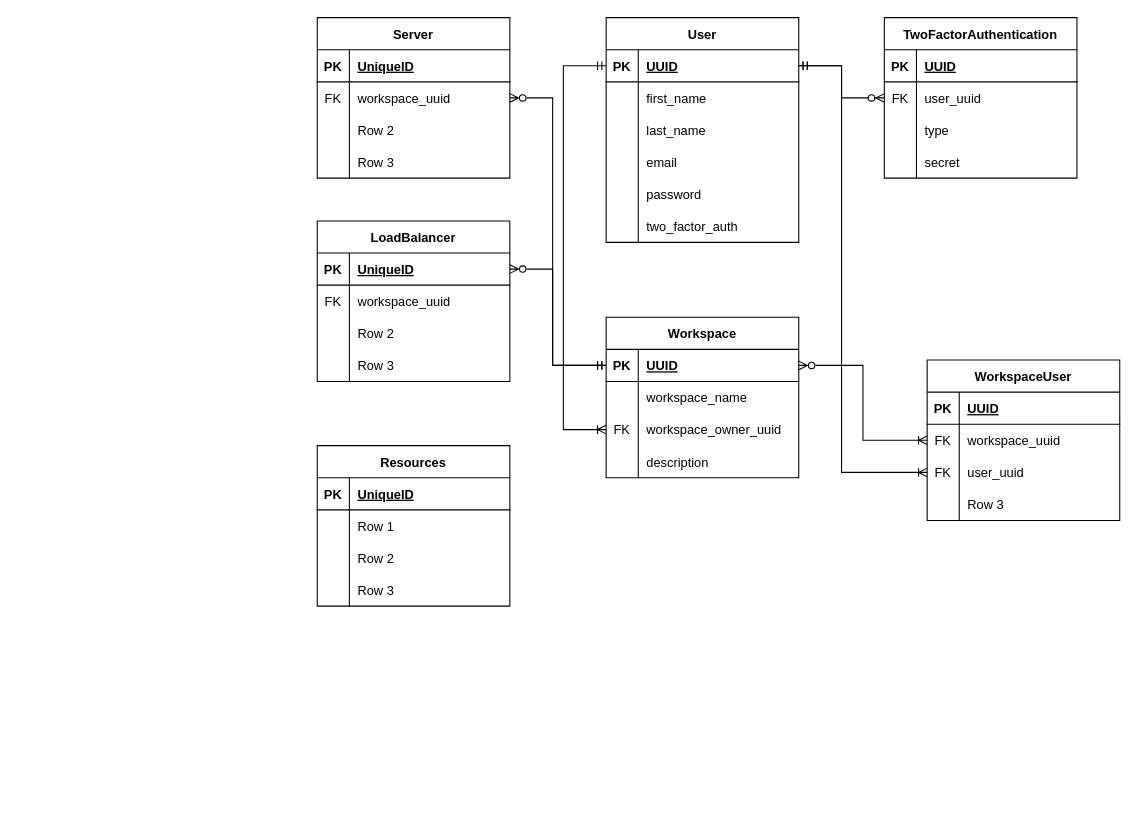
Before: Untitled Diagram.drawio in ReRunCloud/reruncloud-dashboard, a draw.io diagram. Source tidied: cells renumbered, new cells numbered last; positions are measured from the earlier drawing's top-left corner, leaving out a move shared by most shapes. Both pictures are drawn from the tidied source at 107%, with x=0, y=0 at pixel (317, 17).
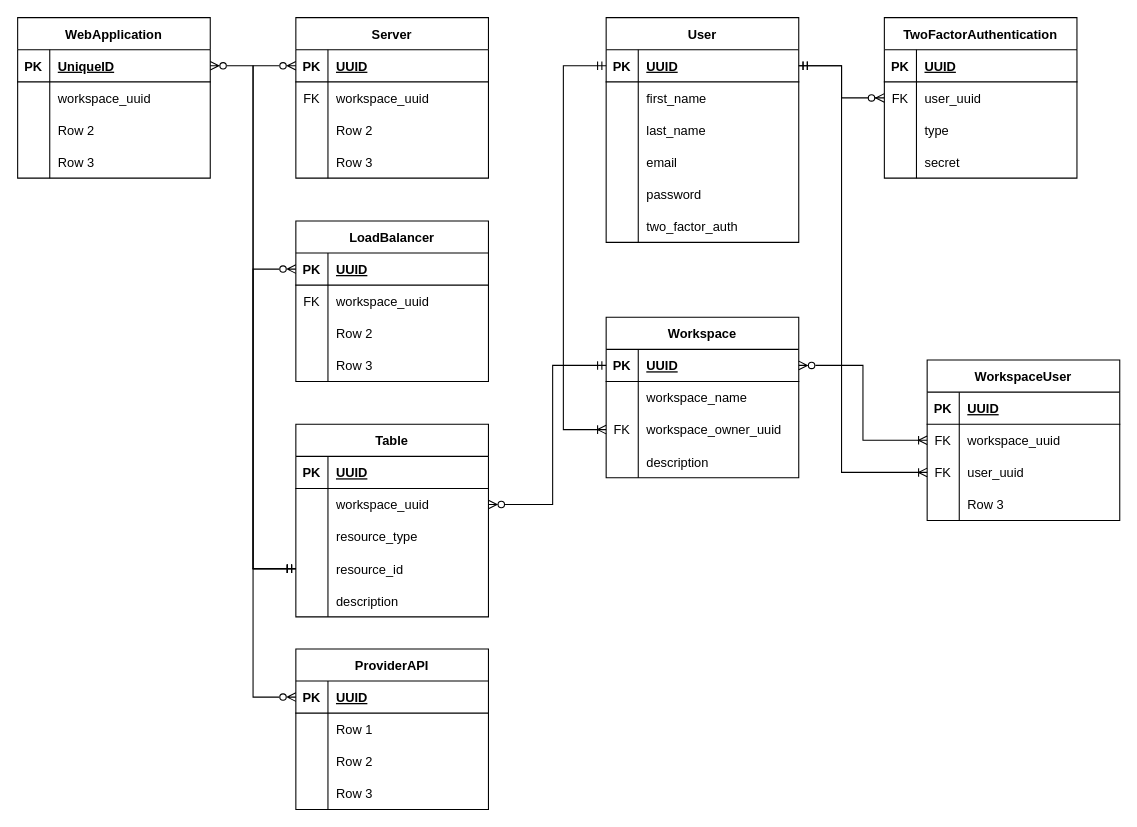
After the change.

The change refers to these unchanged cells:
```xml
<mxCell id="35" style="shape=tableRow;horizontal=0;startSize=0;swimlaneHead=0;swimlaneBody=0;fillColor=none;points=[[0,0.5],[1,0.5]];portConstraint=eastwest;top=0;left=0;right=0;bottom=1;" parent="34" vertex="1">
  <mxGeometry y="30" width="180" height="30" as="geometry" />
</mxCell>
<mxCell id="50" style="shape=tableRow;horizontal=0;startSize=0;swimlaneHead=0;swimlaneBody=0;fillColor=none;points=[[0,0.5],[1,0.5]];portConstraint=eastwest;top=0;left=0;right=0;bottom=1;" parent="49" vertex="1">
  <mxGeometry y="30" width="180" height="30" as="geometry" />
</mxCell>
<mxCell id="53" style="shape=tableRow;horizontal=0;startSize=0;swimlaneHead=0;swimlaneBody=0;fillColor=none;points=[[0,0.5],[1,0.5]];portConstraint=eastwest;top=0;left=0;right=0;bottom=0;" parent="49" vertex="1">
  <mxGeometry y="60" width="180" height="30" as="geometry" />
</mxCell>
<mxCell id="63" style="shape=tableRow;horizontal=0;startSize=0;swimlaneHead=0;swimlaneBody=0;fillColor=none;points=[[0,0.5],[1,0.5]];portConstraint=eastwest;top=0;left=0;right=0;bottom=1;" parent="62" vertex="1">
  <mxGeometry y="30" width="180" height="30" as="geometry" />
</mxCell>
```

Change to the diagram source:
```diff
@@
     <mxCell id="49" value="Server" style="shape=table;startSize=30;childLayout=tableLayout;rowLines=0;fontStyle=1;align=center;" parent="1" vertex="1">
-      <mxGeometry width="180" height="150" as="geometry" />
+      <mxGeometry x="-20" width="180" height="150" as="geometry" />
     </mxCell>
@@
-    <mxCell id="52" value="UniqueID" style="shape=partialRectangle;fillColor=none;top=0;left=0;bottom=0;right=0;align=left;spacingLeft=6;fontStyle=5;overflow=hidden;" parent="50" vertex="1">
+    <mxCell id="52" value="UUID" style="shape=partialRectangle;fillColor=none;top=0;left=0;bottom=0;right=0;align=left;spacingLeft=6;fontStyle=5;overflow=hidden;" parent="50" vertex="1">
       <mxGeometry x="30" width="150" height="30" as="geometry" />
     </mxCell>
@@
     <mxCell id="62" value="LoadBalancer" style="shape=table;startSize=30;childLayout=tableLayout;rowLines=0;fontStyle=1;align=center;" parent="1" vertex="1">
-      <mxGeometry y="190" width="180" height="150" as="geometry" />
+      <mxGeometry x="-20" y="190" width="180" height="150" as="geometry" />
     </mxCell>
@@
-    <mxCell id="65" value="UniqueID" style="shape=partialRectangle;fillColor=none;top=0;left=0;bottom=0;right=0;align=left;spacingLeft=6;fontStyle=5;overflow=hidden;" parent="63" vertex="1">
+    <mxCell id="65" value="UUID" style="shape=partialRectangle;fillColor=none;top=0;left=0;bottom=0;right=0;align=left;spacingLeft=6;fontStyle=5;overflow=hidden;" parent="63" vertex="1">
       <mxGeometry x="30" width="150" height="30" as="geometry" />
     </mxCell>
@@
-    <mxCell id="90" style="edgeStyle=orthogonalEdgeStyle;rounded=0;jettySize=auto;html=1;exitX=1;exitY=0.5;exitDx=0;exitDy=0;entryX=0;entryY=0.5;entryDx=0;entryDy=0;startArrow=ERzeroToMany;startFill=0;endArrow=ERmandOne;endFill=0;" parent="1" edge="1" source="53" target="35">
-      <mxGeometry relative="1" as="geometry">
-        <Array as="points">
-          <mxPoint x="220" y="75" />
-          <mxPoint x="220" y="325" />
-        </Array>
-      </mxGeometry>
-    </mxCell>
-    <mxCell id="91" style="edgeStyle=orthogonalEdgeStyle;rounded=0;jettySize=auto;html=1;exitX=1;exitY=0.5;exitDx=0;exitDy=0;entryX=0;entryY=0.5;entryDx=0;entryDy=0;startArrow=ERzeroToMany;startFill=0;endArrow=ERmandOne;endFill=0;" parent="1" edge="1" source="63" target="35">
-      <mxGeometry relative="1" as="geometry">
-        <Array as="points">
-          <mxPoint x="220" y="235" />
-          <mxPoint x="220" y="325" />
-        </Array>
-      </mxGeometry>
-    </mxCell>
-    <mxCell id="92" value="Resources" style="shape=table;startSize=30;childLayout=tableLayout;rowLines=0;fontStyle=1;align=center;" parent="1" vertex="1">
-      <mxGeometry y="400" width="180" height="150" as="geometry" />
-    </mxCell>
-    <mxCell id="93" style="shape=tableRow;horizontal=0;startSize=0;swimlaneHead=0;swimlaneBody=0;fillColor=none;top=0;left=0;right=0;bottom=1;" parent="92" vertex="1">
-      <mxGeometry y="30" width="180" height="30" as="geometry" />
-    </mxCell>
-    <mxCell id="94" value="PK" style="shape=partialRectangle;fillColor=none;top=0;left=0;bottom=0;right=0;fontStyle=1;overflow=hidden;" parent="93" vertex="1">
-      <mxGeometry width="30" height="30" as="geometry" />
-    </mxCell>
+    <mxCell id="105" style="edgeStyle=orthogonalEdgeStyle;rounded=0;jettySize=auto;html=1;exitX=1;exitY=0.5;exitDx=0;exitDy=0;entryX=0;entryY=0.5;entryDx=0;entryDy=0;startArrow=ERzeroToMany;startFill=0;endArrow=ERmandOne;endFill=0;" parent="1" edge="1" source="125" target="35">
+      <mxGeometry relative="1" as="geometry">
+        <Array as="points">
+          <mxPoint x="220" y="455" />
+          <mxPoint x="220" y="325" />
+        </Array>
+      </mxGeometry>
+    </mxCell>
+    <mxCell id="106" value="ProviderAPI" style="shape=table;startSize=30;childLayout=tableLayout;rowLines=0;fontStyle=1;align=center;" parent="1" vertex="1">
+      <mxGeometry x="-20" y="590" width="180" height="150" as="geometry" />
+    </mxCell>
+    <mxCell id="107" style="shape=tableRow;horizontal=0;startSize=0;swimlaneHead=0;swimlaneBody=0;fillColor=none;points=[[0,0.5],[1,0.5]];portConstraint=eastwest;top=0;left=0;right=0;bottom=1;" parent="106" vertex="1">
+      <mxGeometry y="30" width="180" height="30" as="geometry" />
+    </mxCell>
+    <mxCell id="108" value="PK" style="shape=partialRectangle;fillColor=none;top=0;left=0;bottom=0;right=0;fontStyle=1;overflow=hidden;" parent="107" vertex="1">
+      <mxGeometry width="30" height="30" as="geometry" />
+    </mxCell>
+    <mxCell id="109" value="UUID" style="shape=partialRectangle;fillColor=none;top=0;left=0;bottom=0;right=0;align=left;spacingLeft=6;fontStyle=5;overflow=hidden;" parent="107" vertex="1">
+      <mxGeometry x="30" width="150" height="30" as="geometry" />
+    </mxCell>
+    <mxCell id="110" style="shape=tableRow;horizontal=0;startSize=0;swimlaneHead=0;swimlaneBody=0;fillColor=none;top=0;left=0;right=0;bottom=0;" parent="106" vertex="1">
+      <mxGeometry y="60" width="180" height="30" as="geometry" />
+    </mxCell>
+    <mxCell id="111" style="shape=partialRectangle;fillColor=none;top=0;left=0;bottom=0;right=0;overflow=hidden;" parent="110" vertex="1">
+      <mxGeometry width="30" height="30" as="geometry" />
+    </mxCell>
+    <mxCell id="98" value="Row 1" style="shape=partialRectangle;fillColor=none;top=0;left=0;bottom=0;right=0;align=left;spacingLeft=6;overflow=hidden;" parent="110" vertex="1">
+      <mxGeometry x="30" width="150" height="30" as="geometry" />
+    </mxCell>
+    <mxCell id="112" style="shape=tableRow;horizontal=0;startSize=0;swimlaneHead=0;swimlaneBody=0;fillColor=none;top=0;left=0;right=0;bottom=0;" parent="106" vertex="1">
+      <mxGeometry y="90" width="180" height="30" as="geometry" />
+    </mxCell>
+    <mxCell id="113" style="shape=partialRectangle;fillColor=none;top=0;left=0;bottom=0;right=0;overflow=hidden;" parent="112" vertex="1">
+      <mxGeometry width="30" height="30" as="geometry" />
+    </mxCell>
+    <mxCell id="114" value="Row 2" style="shape=partialRectangle;fillColor=none;top=0;left=0;bottom=0;right=0;align=left;spacingLeft=6;overflow=hidden;" parent="112" vertex="1">
+      <mxGeometry x="30" width="150" height="30" as="geometry" />
+    </mxCell>
+    <mxCell id="115" style="shape=tableRow;horizontal=0;startSize=0;swimlaneHead=0;swimlaneBody=0;fillColor=none;top=0;left=0;right=0;bottom=0;" parent="106" vertex="1">
+      <mxGeometry y="120" width="180" height="30" as="geometry" />
+    </mxCell>
+    <mxCell id="116" style="shape=partialRectangle;fillColor=none;top=0;left=0;bottom=0;right=0;overflow=hidden;" parent="115" vertex="1">
+      <mxGeometry width="30" height="30" as="geometry" />
+    </mxCell>
+    <mxCell id="117" value="Row 3" style="shape=partialRectangle;fillColor=none;top=0;left=0;bottom=0;right=0;align=left;spacingLeft=6;overflow=hidden;" parent="115" vertex="1">
+      <mxGeometry x="30" width="150" height="30" as="geometry" />
+    </mxCell>
+    <mxCell id="118" style="edgeStyle=orthogonalEdgeStyle;rounded=0;jettySize=auto;html=1;exitX=0;exitY=0.5;exitDx=0;exitDy=0;entryX=0;entryY=0.5;entryDx=0;entryDy=0;startArrow=ERzeroToMany;startFill=0;endArrow=ERmandOne;endFill=0;" parent="1" edge="1" source="107" target="131">
+      <mxGeometry relative="1" as="geometry">
+        <Array as="points">
+          <mxPoint x="-60" y="635" />
+          <mxPoint x="-60" y="515" />
+        </Array>
+      </mxGeometry>
+    </mxCell>
+    <mxCell id="119" style="edgeStyle=orthogonalEdgeStyle;rounded=0;jettySize=auto;html=1;exitX=0;exitY=0.5;exitDx=0;exitDy=0;entryX=0;entryY=0.5;entryDx=0;entryDy=0;startArrow=ERzeroToMany;startFill=0;endArrow=ERmandOne;endFill=0;" parent="1" edge="1" source="63" target="131">
+      <mxGeometry relative="1" as="geometry">
+        <Array as="points">
+          <mxPoint x="-60" y="235" />
+          <mxPoint x="-60" y="515" />
+        </Array>
+      </mxGeometry>
+    </mxCell>
+    <mxCell id="120" style="edgeStyle=orthogonalEdgeStyle;rounded=0;jettySize=auto;html=1;exitX=0;exitY=0.5;exitDx=0;exitDy=0;entryX=0;entryY=0.5;entryDx=0;entryDy=0;startArrow=ERzeroToMany;startFill=0;endArrow=ERmandOne;endFill=0;" parent="1" edge="1" source="50" target="131">
+      <mxGeometry relative="1" as="geometry">
+        <Array as="points">
+          <mxPoint x="-60" y="45" />
+          <mxPoint x="-60" y="515" />
+        </Array>
+      </mxGeometry>
+    </mxCell>
+    <mxCell id="121" value="Table" style="shape=table;startSize=30;childLayout=tableLayout;rowLines=0;fontStyle=1;align=center;" parent="1" vertex="1">
+      <mxGeometry x="-20" y="380" width="180" height="180" as="geometry" />
+    </mxCell>
+    <mxCell id="122" style="shape=tableRow;horizontal=0;startSize=0;swimlaneHead=0;swimlaneBody=0;fillColor=none;top=0;left=0;right=0;bottom=1;" parent="121" vertex="1">
+      <mxGeometry y="30" width="180" height="30" as="geometry" />
+    </mxCell>
+    <mxCell id="123" value="PK" style="shape=partialRectangle;fillColor=none;top=0;left=0;bottom=0;right=0;fontStyle=1;overflow=hidden;" parent="122" vertex="1">
+      <mxGeometry width="30" height="30" as="geometry" />
+    </mxCell>
+    <mxCell id="124" value="UUID" style="shape=partialRectangle;fillColor=none;top=0;left=0;bottom=0;right=0;align=left;spacingLeft=6;fontStyle=5;overflow=hidden;" parent="122" vertex="1">
+      <mxGeometry x="30" width="150" height="30" as="geometry" />
+    </mxCell>
+    <mxCell id="125" style="shape=tableRow;horizontal=0;startSize=0;swimlaneHead=0;swimlaneBody=0;fillColor=none;points=[[0,0.5],[1,0.5]];portConstraint=eastwest;top=0;left=0;right=0;bottom=0;" parent="121" vertex="1">
+      <mxGeometry y="60" width="180" height="30" as="geometry" />
+    </mxCell>
+    <mxCell id="126" style="shape=partialRectangle;fillColor=none;top=0;left=0;bottom=0;right=0;overflow=hidden;" parent="125" vertex="1">
+      <mxGeometry width="30" height="30" as="geometry" />
+    </mxCell>
+    <mxCell id="127" value="workspace_uuid" style="shape=partialRectangle;fillColor=none;top=0;left=0;bottom=0;right=0;align=left;spacingLeft=6;overflow=hidden;" parent="125" vertex="1">
+      <mxGeometry x="30" width="150" height="30" as="geometry" />
+    </mxCell>
+    <mxCell id="128" style="shape=tableRow;horizontal=0;startSize=0;swimlaneHead=0;swimlaneBody=0;fillColor=none;top=0;left=0;right=0;bottom=0;" parent="121" vertex="1">
+      <mxGeometry y="90" width="180" height="30" as="geometry" />
+    </mxCell>
+    <mxCell id="129" style="shape=partialRectangle;fillColor=none;top=0;left=0;bottom=0;right=0;overflow=hidden;" parent="128" vertex="1">
+      <mxGeometry width="30" height="30" as="geometry" />
+    </mxCell>
+    <mxCell id="130" value="resource_type" style="shape=partialRectangle;fillColor=none;top=0;left=0;bottom=0;right=0;align=left;spacingLeft=6;overflow=hidden;" parent="128" vertex="1">
+      <mxGeometry x="30" width="150" height="30" as="geometry" />
+    </mxCell>
+    <mxCell id="131" style="shape=tableRow;horizontal=0;startSize=0;swimlaneHead=0;swimlaneBody=0;fillColor=none;points=[[0,0.5],[1,0.5]];portConstraint=eastwest;top=0;left=0;right=0;bottom=0;" parent="121" vertex="1">
+      <mxGeometry y="120" width="180" height="30" as="geometry" />
+    </mxCell>
+    <mxCell id="132" style="shape=partialRectangle;fillColor=none;top=0;left=0;bottom=0;right=0;overflow=hidden;" parent="131" vertex="1">
+      <mxGeometry width="30" height="30" as="geometry" />
+    </mxCell>
+    <mxCell id="133" value="resource_id" style="shape=partialRectangle;fillColor=none;top=0;left=0;bottom=0;right=0;align=left;spacingLeft=6;overflow=hidden;" parent="131" vertex="1">
+      <mxGeometry x="30" width="150" height="30" as="geometry" />
+    </mxCell>
+    <mxCell id="134" style="shape=tableRow;horizontal=0;startSize=0;swimlaneHead=0;swimlaneBody=0;fillColor=none;top=0;left=0;right=0;bottom=0;" parent="121" vertex="1">
+      <mxGeometry y="150" width="180" height="30" as="geometry" />
+    </mxCell>
+    <mxCell id="135" style="shape=partialRectangle;fillColor=none;top=0;left=0;bottom=0;right=0;overflow=hidden;" parent="134" vertex="1">
+      <mxGeometry width="30" height="30" as="geometry" />
+    </mxCell>
+    <mxCell id="136" value="description" style="shape=partialRectangle;fillColor=none;top=0;left=0;bottom=0;right=0;align=left;spacingLeft=6;overflow=hidden;" parent="134" vertex="1">
+      <mxGeometry x="30" width="150" height="30" as="geometry" />
+    </mxCell>
+    <mxCell id="137" value="WebApplication" style="shape=table;startSize=30;childLayout=tableLayout;rowLines=0;fontStyle=1;align=center;" parent="1" vertex="1">
+      <mxGeometry x="-280" width="180" height="150" as="geometry" />
+    </mxCell>
+    <mxCell id="138" style="shape=tableRow;horizontal=0;startSize=0;swimlaneHead=0;swimlaneBody=0;fillColor=none;points=[[0,0.5],[1,0.5]];portConstraint=eastwest;top=0;left=0;right=0;bottom=1;" parent="137" vertex="1">
+      <mxGeometry y="30" width="180" height="30" as="geometry" />
+    </mxCell>
+    <mxCell id="139" value="PK" style="shape=partialRectangle;fillColor=none;top=0;left=0;bottom=0;right=0;fontStyle=1;overflow=hidden;" parent="138" vertex="1">
+      <mxGeometry width="30" height="30" as="geometry" />
+    </mxCell>
-    <mxCell id="95" value="UniqueID" style="shape=partialRectangle;fillColor=none;top=0;left=0;bottom=0;right=0;align=left;spacingLeft=6;fontStyle=5;overflow=hidden;" parent="93" vertex="1">
+    <mxCell id="95" value="UniqueID" style="shape=partialRectangle;fillColor=none;top=0;left=0;bottom=0;right=0;align=left;spacingLeft=6;fontStyle=5;overflow=hidden;" parent="138" vertex="1">
       <mxGeometry x="30" width="150" height="30" as="geometry" />
     </mxCell>
-    <mxCell id="96" style="shape=tableRow;horizontal=0;startSize=0;swimlaneHead=0;swimlaneBody=0;fillColor=none;top=0;left=0;right=0;bottom=0;" parent="92" vertex="1">
-      <mxGeometry y="60" width="180" height="30" as="geometry" />
-    </mxCell>
-    <mxCell id="97" style="shape=partialRectangle;fillColor=none;top=0;left=0;bottom=0;right=0;overflow=hidden;" parent="96" vertex="1">
-      <mxGeometry width="30" height="30" as="geometry" />
-    </mxCell>
-    <mxCell id="98" value="Row 1" style="shape=partialRectangle;fillColor=none;top=0;left=0;bottom=0;right=0;align=left;spacingLeft=6;overflow=hidden;" parent="96" vertex="1">
-      <mxGeometry x="30" width="150" height="30" as="geometry" />
-    </mxCell>
-    <mxCell id="99" style="shape=tableRow;horizontal=0;startSize=0;swimlaneHead=0;swimlaneBody=0;fillColor=none;top=0;left=0;right=0;bottom=0;" parent="92" vertex="1">
-      <mxGeometry y="90" width="180" height="30" as="geometry" />
-    </mxCell>
-    <mxCell id="100" style="shape=partialRectangle;fillColor=none;top=0;left=0;bottom=0;right=0;overflow=hidden;" parent="99" vertex="1">
-      <mxGeometry width="30" height="30" as="geometry" />
-    </mxCell>
-    <mxCell id="101" value="Row 2" style="shape=partialRectangle;fillColor=none;top=0;left=0;bottom=0;right=0;align=left;spacingLeft=6;overflow=hidden;" parent="99" vertex="1">
-      <mxGeometry x="30" width="150" height="30" as="geometry" />
-    </mxCell>
-    <mxCell id="102" style="shape=tableRow;horizontal=0;startSize=0;swimlaneHead=0;swimlaneBody=0;fillColor=none;top=0;left=0;right=0;bottom=0;" parent="92" vertex="1">
-      <mxGeometry y="120" width="180" height="30" as="geometry" />
-    </mxCell>
-    <mxCell id="103" style="shape=partialRectangle;fillColor=none;top=0;left=0;bottom=0;right=0;overflow=hidden;" parent="102" vertex="1">
-      <mxGeometry width="30" height="30" as="geometry" />
-    </mxCell>
-    <mxCell id="104" value="Row 3" style="shape=partialRectangle;fillColor=none;top=0;left=0;bottom=0;right=0;align=left;spacingLeft=6;overflow=hidden;" parent="102" vertex="1">
-      <mxGeometry x="30" width="150" height="30" as="geometry" />
-    </mxCell>
+    <mxCell id="140" style="shape=tableRow;horizontal=0;startSize=0;swimlaneHead=0;swimlaneBody=0;fillColor=none;top=0;left=0;right=0;bottom=0;" parent="137" vertex="1">
+      <mxGeometry y="60" width="180" height="30" as="geometry" />
+    </mxCell>
+    <mxCell id="141" style="shape=partialRectangle;fillColor=none;top=0;left=0;bottom=0;right=0;overflow=hidden;" parent="140" vertex="1">
+      <mxGeometry width="30" height="30" as="geometry" />
+    </mxCell>
+    <mxCell id="142" value="workspace_uuid" style="shape=partialRectangle;fillColor=none;top=0;left=0;bottom=0;right=0;align=left;spacingLeft=6;overflow=hidden;" parent="140" vertex="1">
+      <mxGeometry x="30" width="150" height="30" as="geometry" />
+    </mxCell>
+    <mxCell id="143" style="shape=tableRow;horizontal=0;startSize=0;swimlaneHead=0;swimlaneBody=0;fillColor=none;top=0;left=0;right=0;bottom=0;" parent="137" vertex="1">
+      <mxGeometry y="90" width="180" height="30" as="geometry" />
+    </mxCell>
+    <mxCell id="144" style="shape=partialRectangle;fillColor=none;top=0;left=0;bottom=0;right=0;overflow=hidden;" parent="143" vertex="1">
+      <mxGeometry width="30" height="30" as="geometry" />
+    </mxCell>
+    <mxCell id="145" value="Row 2" style="shape=partialRectangle;fillColor=none;top=0;left=0;bottom=0;right=0;align=left;spacingLeft=6;overflow=hidden;" parent="143" vertex="1">
+      <mxGeometry x="30" width="150" height="30" as="geometry" />
+    </mxCell>
+    <mxCell id="146" style="shape=tableRow;horizontal=0;startSize=0;swimlaneHead=0;swimlaneBody=0;fillColor=none;top=0;left=0;right=0;bottom=0;" parent="137" vertex="1">
+      <mxGeometry y="120" width="180" height="30" as="geometry" />
+    </mxCell>
+    <mxCell id="147" style="shape=partialRectangle;fillColor=none;top=0;left=0;bottom=0;right=0;overflow=hidden;" parent="146" vertex="1">
+      <mxGeometry width="30" height="30" as="geometry" />
+    </mxCell>
+    <mxCell id="148" value="Row 3" style="shape=partialRectangle;fillColor=none;top=0;left=0;bottom=0;right=0;align=left;spacingLeft=6;overflow=hidden;" parent="146" vertex="1">
+      <mxGeometry x="30" width="150" height="30" as="geometry" />
+    </mxCell>
+    <mxCell id="149" style="edgeStyle=orthogonalEdgeStyle;rounded=0;jettySize=auto;html=1;exitX=0;exitY=0.5;exitDx=0;exitDy=0;entryX=1;entryY=0.5;entryDx=0;entryDy=0;startArrow=ERmandOne;startFill=0;endArrow=ERzeroToMany;endFill=0;" parent="1" edge="1" source="131" target="138">
+      <mxGeometry relative="1" as="geometry">
+        <Array as="points">
+          <mxPoint x="-60" y="515" />
+          <mxPoint x="-60" y="45" />
+        </Array>
+      </mxGeometry>
+    </mxCell>
```
